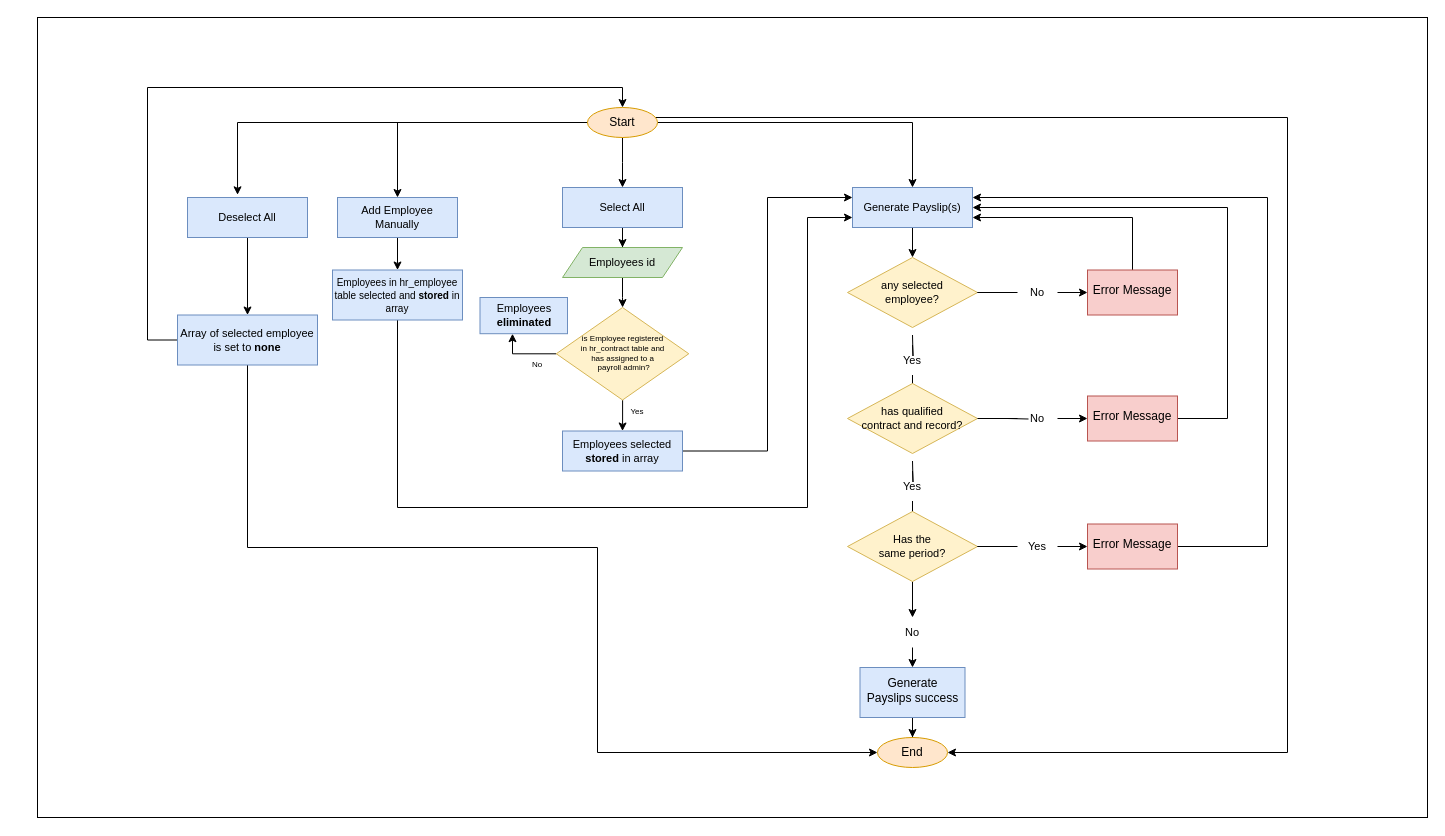
Above: Payslipbatches-flow-gp.drawio in jezreelkosasih/diagram (draw.io), before the change. Source tidied: cells renumbered, new cells numbered last; positions are measured from the earlier drawing's top-left corner, leaving out a move shared by most shapes. Both pictures are drawn from the tidied source at 100%, with x=0, y=0 at pixel (37, 17).
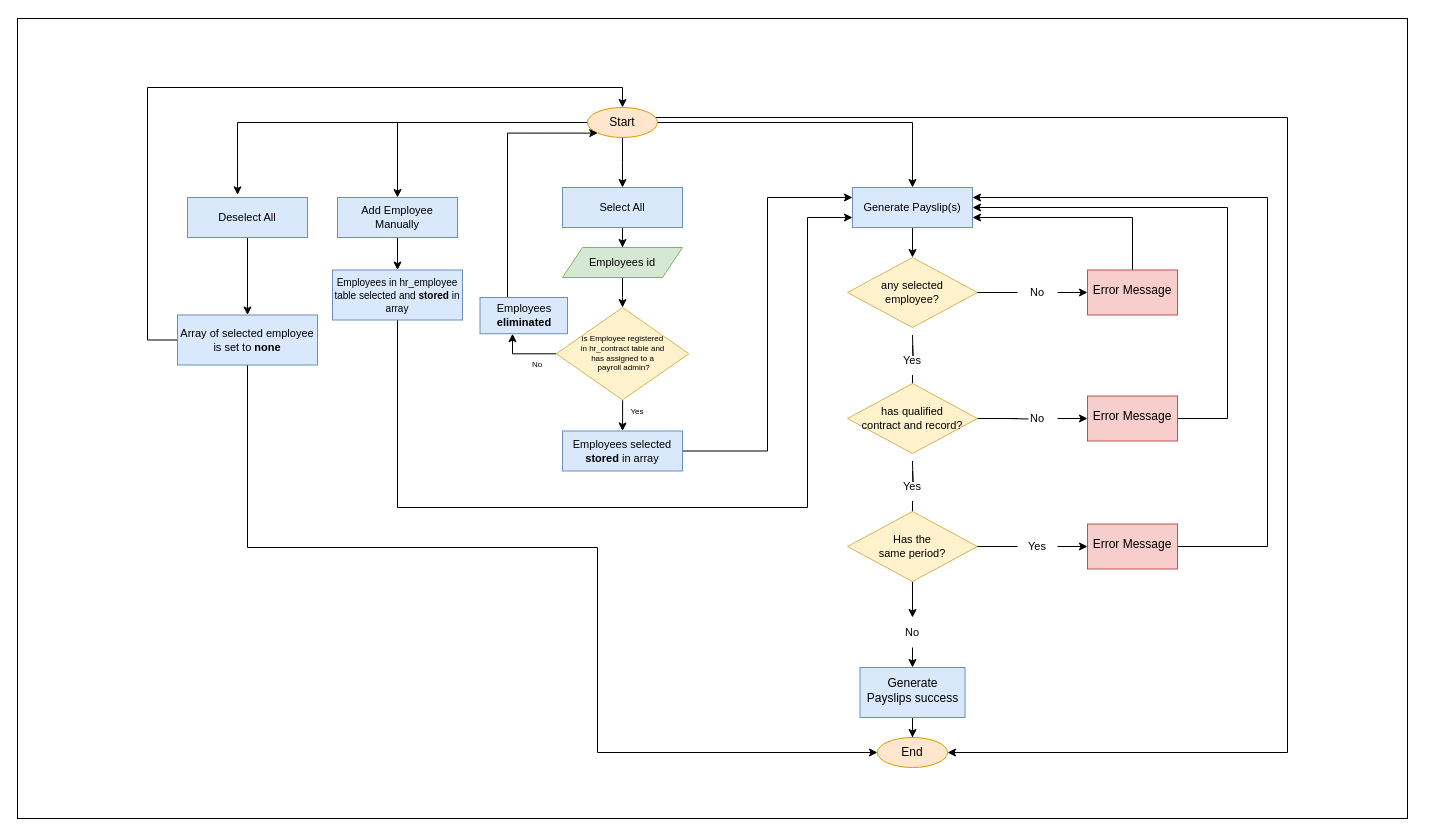
The same diagram, later.

Unchanged cells that the change refers to:
```xml
<mxCell id="7" value="Start" style="ellipse;whiteSpace=wrap;html=1;fillColor=#ffe6cc;strokeColor=#d79b00;" parent="1" vertex="1">
  <mxGeometry x="550" y="90" width="70" height="30" as="geometry" />
</mxCell>
<mxCell id="48" value="&lt;font style=&quot;font-size: 11px;&quot;&gt;Employees &lt;br&gt;&lt;b&gt;eliminated&lt;/b&gt;&lt;br&gt;&lt;/font&gt;" style="whiteSpace=wrap;html=1;fontSize=8;fillColor=#dae8fc;strokeColor=#6c8ebf;rounded=0;" parent="1" vertex="1">
  <mxGeometry x="442.5" y="280" width="87.5" height="36.2" as="geometry" />
</mxCell>
```

Change to the diagram source:
```diff
@@
+    <mxCell id="64" style="edgeStyle=orthogonalEdgeStyle;rounded=0;jettySize=auto;html=1;entryX=0;entryY=1;entryDx=0;entryDy=0;fontSize=10;" parent="1" edge="1" source="48" target="7">
+      <mxGeometry relative="1" as="geometry">
+        <Array as="points">
+          <mxPoint x="470" y="115" />
+        </Array>
+      </mxGeometry>
+    </mxCell>
@@
     <mxCell id="63" style="rounded=0;whiteSpace=wrap;html=1;fontSize=10;fillColor=none;" parent="1" vertex="1">
-      <mxGeometry width="1390" height="800" as="geometry" />
+      <mxGeometry x="-20" y="1" width="1390" height="800" as="geometry" />
     </mxCell>
```
